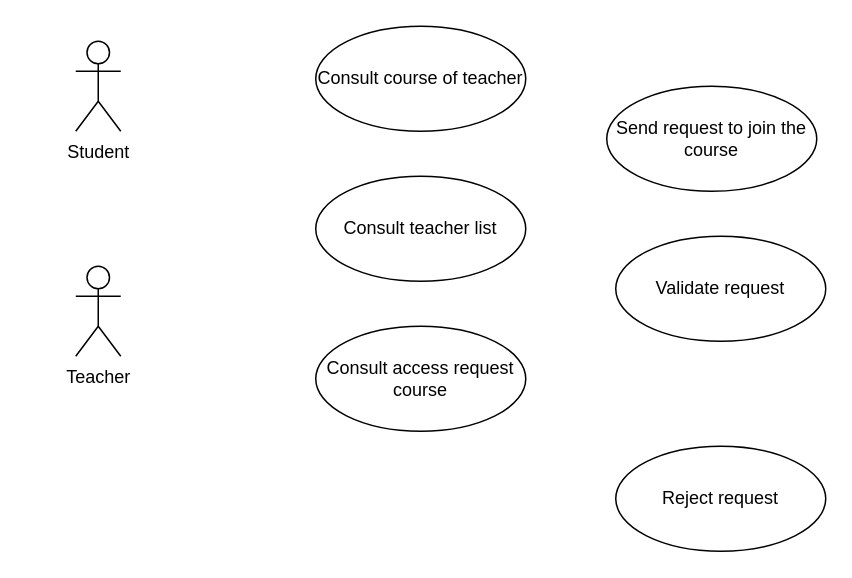
Above: Calculatrice/ES PKFRC use case stats analytics.drawio in sngdtechnologies/Calculatrice (draw.io), before the change. Source tidied: cells renumbered, new cells numbered last; positions are measured from the earlier drawing's top-left corner, leaving out a move shared by most shapes. Both pictures are drawn from the tidied source at 150%, with x=0, y=0 at pixel (75, 26).
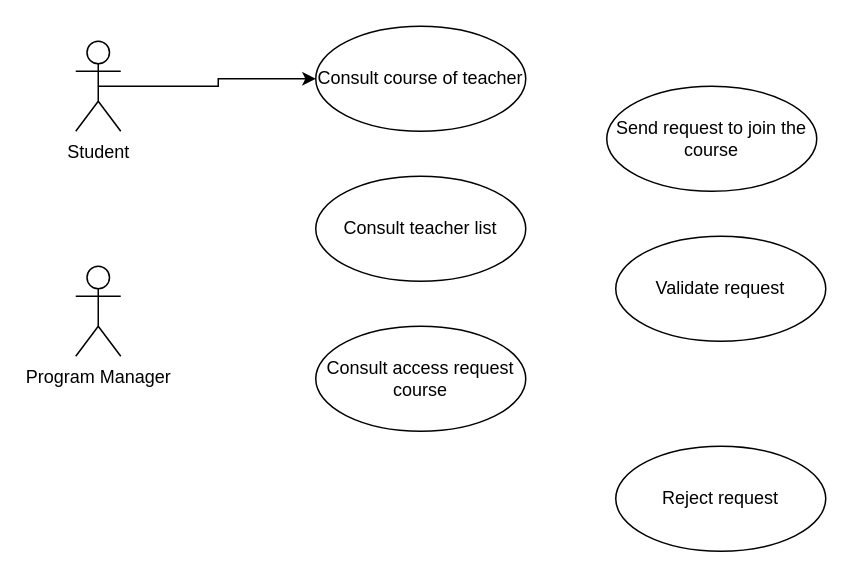
After the change.

Commit message (it also covers changes not shown here):
Mettre à jour ES PKFRC use case stats analytics.drawio

Change to the diagram source:
```diff
@@
 <mxGraphModel>
   <root>
     <mxCell id="0" />
     <mxCell id="1" parent="0" />
     <mxCell id="2" value="Validate request" style="ellipse;whiteSpace=wrap;html=1;" parent="1" vertex="1">
       <mxGeometry x="360" y="140" width="140" height="70" as="geometry" />
     </mxCell>
     <mxCell id="3" value="Reject request" style="ellipse;whiteSpace=wrap;html=1;" parent="1" vertex="1">
       <mxGeometry x="360" y="280" width="140" height="70" as="geometry" />
     </mxCell>
     <mxCell id="4" value="Consult access request course" style="ellipse;whiteSpace=wrap;html=1;" parent="1" vertex="1">
       <mxGeometry x="160" y="200" width="140" height="70" as="geometry" />
     </mxCell>
     <mxCell id="5" value="Consult course of teac&lt;span style=&quot;background-color: transparent; color: light-dark(rgb(0, 0, 0), rgb(255, 255, 255));&quot;&gt;her&lt;/span&gt;" style="ellipse;whiteSpace=wrap;html=1;" parent="1" vertex="1">
       <mxGeometry x="160" width="140" height="70" as="geometry" />
     </mxCell>
     <mxCell id="6" value="Consult teacher list" style="ellipse;whiteSpace=wrap;html=1;" parent="1" vertex="1">
       <mxGeometry x="160" y="100" width="140" height="70" as="geometry" />
     </mxCell>
     <mxCell id="7" value="Send request to join the course" style="ellipse;whiteSpace=wrap;html=1;" parent="1" vertex="1">
       <mxGeometry x="354" y="40" width="140" height="70" as="geometry" />
     </mxCell>
+    <mxCell id="10" style="edgeStyle=orthogonalEdgeStyle;rounded=0;jettySize=auto;html=1;exitX=0.5;exitY=0.5;exitDx=0;exitDy=0;exitPerimeter=0;" parent="1" edge="1" source="8" target="5">
+      <mxGeometry relative="1" as="geometry" />
+    </mxCell>
     <mxCell id="8" value="Student" style="shape=umlActor;verticalLabelPosition=bottom;verticalAlign=top;html=1;" parent="1" vertex="1">
       <mxGeometry y="10" width="30" height="60" as="geometry" />
     </mxCell>
-    <mxCell id="9" value="Teacher" style="shape=umlActor;verticalLabelPosition=bottom;verticalAlign=top;html=1;" parent="1" vertex="1">
+    <mxCell id="9" value="Program M&lt;span style=&quot;background-color: transparent; color: light-dark(rgb(0, 0, 0), rgb(255, 255, 255));&quot;&gt;anager&lt;/span&gt;" style="shape=umlActor;verticalLabelPosition=bottom;verticalAlign=top;html=1;" parent="1" vertex="1">
       <mxGeometry y="160" width="30" height="60" as="geometry" />
     </mxCell>
   </root>
 </mxGraphModel>
```
